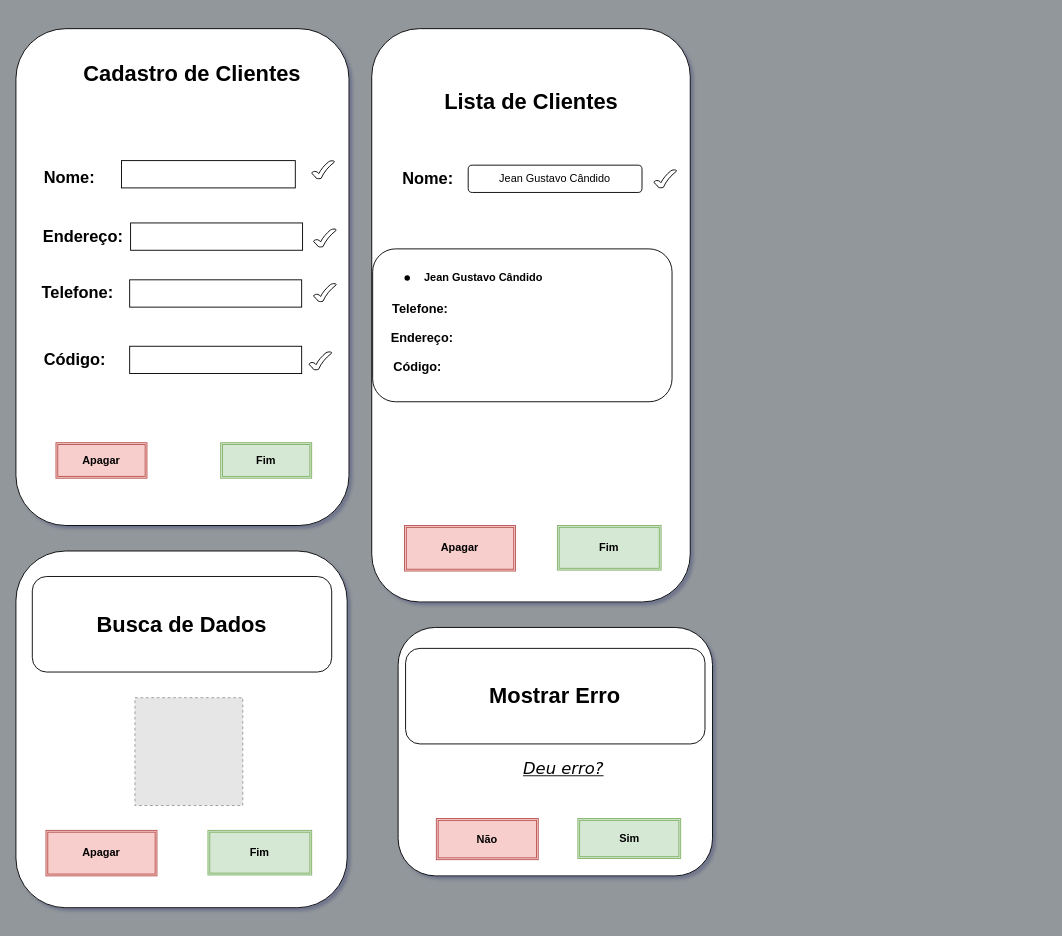
This is page "Página-8" (8 of 12) of DOC/FLUXOGRAMA.DRAWIO from jeangustavoo/diagrama, a draw.io file, before an edit. Source tidied: cells renumbered, new cells numbered last; positions are measured from the earlier drawing's top-left corner, leaving out a move shared by most shapes. Both pictures are drawn from the tidied source at 91%, with x=0, y=0 at pixel (15, 28). Pictures stored in the file or linked from it are replaced by grey dashed boxes.
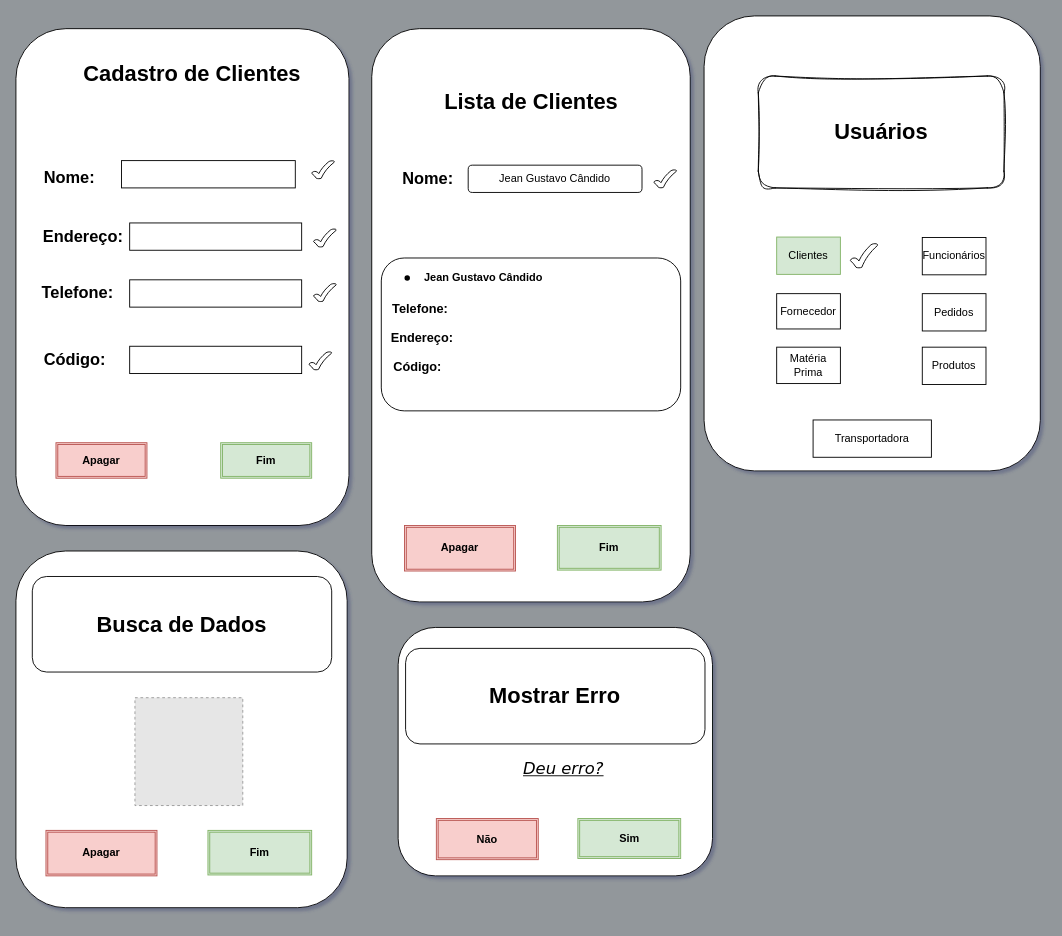
The same diagram, later.

Change to the diagram source:
```diff
@@
     <mxCell id="7" style="rounded=0;whiteSpace=wrap;html=1;" parent="1" vertex="1">
-      <mxGeometry x="126" y="213.5" width="189" height="30" as="geometry" />
+      <mxGeometry x="125" y="213.5" width="189" height="30" as="geometry" />
     </mxCell>
@@
     <mxCell id="22" style="rounded=1;whiteSpace=wrap;html=1;hachureGap=4;fontFamily=Architects Daughter;glass=0;shadow=0;" parent="1" vertex="1">
-      <mxGeometry x="392" y="242" width="329" height="168" as="geometry" />
+      <mxGeometry x="401.5" y="252" width="329" height="168" as="geometry" />
     </mxCell>
@@
+    <mxCell id="43" style="rounded=1;whiteSpace=wrap;html=1;" parent="1" vertex="1">
+      <mxGeometry x="756.2" y="-14" width="369.5" height="500" as="geometry" />
+    </mxCell>
+    <mxCell id="44" style="text;html=1;align=center;verticalAlign=middle;whiteSpace=wrap;rounded=0;" parent="1" vertex="1">
+      <mxGeometry x="775" y="242" width="60" height="30" as="geometry" />
+    </mxCell>
+    <mxCell id="45" value="&lt;b&gt;&lt;font style=&quot;font-size: 24px;&quot;&gt;Usuários&lt;/font&gt;&lt;/b&gt;" style="rounded=1;whiteSpace=wrap;html=1;sketch=1;curveFitting=1;jiggle=2;" parent="1" vertex="1">
+      <mxGeometry x="815.8" y="52" width="270" height="123" as="geometry" />
+    </mxCell>
+    <mxCell id="46" value="Clientes" style="rounded=0;whiteSpace=wrap;html=1;fillColor=#d5e8d4;strokeColor=#82b366;" parent="1" vertex="1">
+      <mxGeometry x="836" y="229" width="70" height="41" as="geometry" />
+    </mxCell>
+    <mxCell id="47" value="Fornecedor" style="rounded=0;whiteSpace=wrap;html=1;" parent="1" vertex="1">
+      <mxGeometry x="836" y="291.2" width="70" height="38.8" as="geometry" />
+    </mxCell>
+    <mxCell id="48" value="Matéria Prima" style="rounded=0;whiteSpace=wrap;html=1;" parent="1" vertex="1">
+      <mxGeometry x="836" y="350" width="70" height="40" as="geometry" />
+    </mxCell>
+    <mxCell id="49" value="Funcionários" style="rounded=0;whiteSpace=wrap;html=1;" parent="1" vertex="1">
+      <mxGeometry x="996" y="229.5" width="70" height="41" as="geometry" />
+    </mxCell>
+    <mxCell id="50" value="Pedidos" style="rounded=0;whiteSpace=wrap;html=1;" parent="1" vertex="1">
+      <mxGeometry x="996" y="291.2" width="70" height="41" as="geometry" />
+    </mxCell>
+    <mxCell id="51" value="Produtos" style="rounded=0;whiteSpace=wrap;html=1;" parent="1" vertex="1">
+      <mxGeometry x="996" y="350" width="70" height="41" as="geometry" />
+    </mxCell>
+    <mxCell id="52" value="Transportadora" style="rounded=0;whiteSpace=wrap;html=1;" parent="1" vertex="1">
+      <mxGeometry x="876" y="430" width="130" height="41" as="geometry" />
+    </mxCell>
+    <mxCell id="53" style="verticalLabelPosition=bottom;verticalAlign=top;html=1;shape=mxgraph.basic.tick;" parent="1" vertex="1">
+      <mxGeometry x="917" y="236" width="30" height="27" as="geometry" />
+    </mxCell>
```
